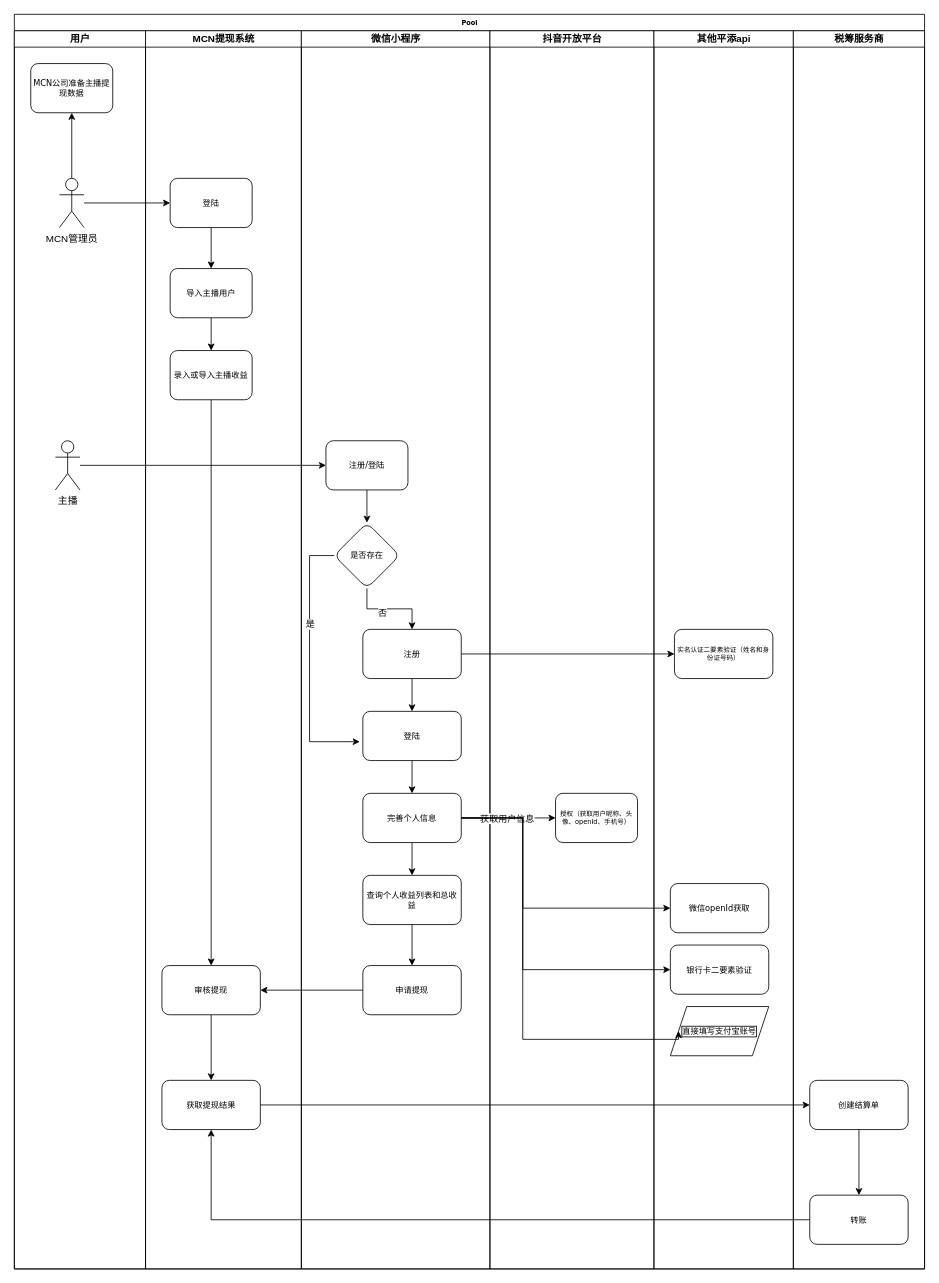
zhanglongxian-gm/Java keeps this draw.io diagram as MCN提现系统.drawio. Above is the earlier version. Source tidied: cells renumbered, new cells numbered last; positions are measured from the earlier drawing's top-left corner, leaving out a move shared by most shapes. Both pictures are drawn from the tidied source at 82%, with x=0, y=0 at pixel (14, 14).
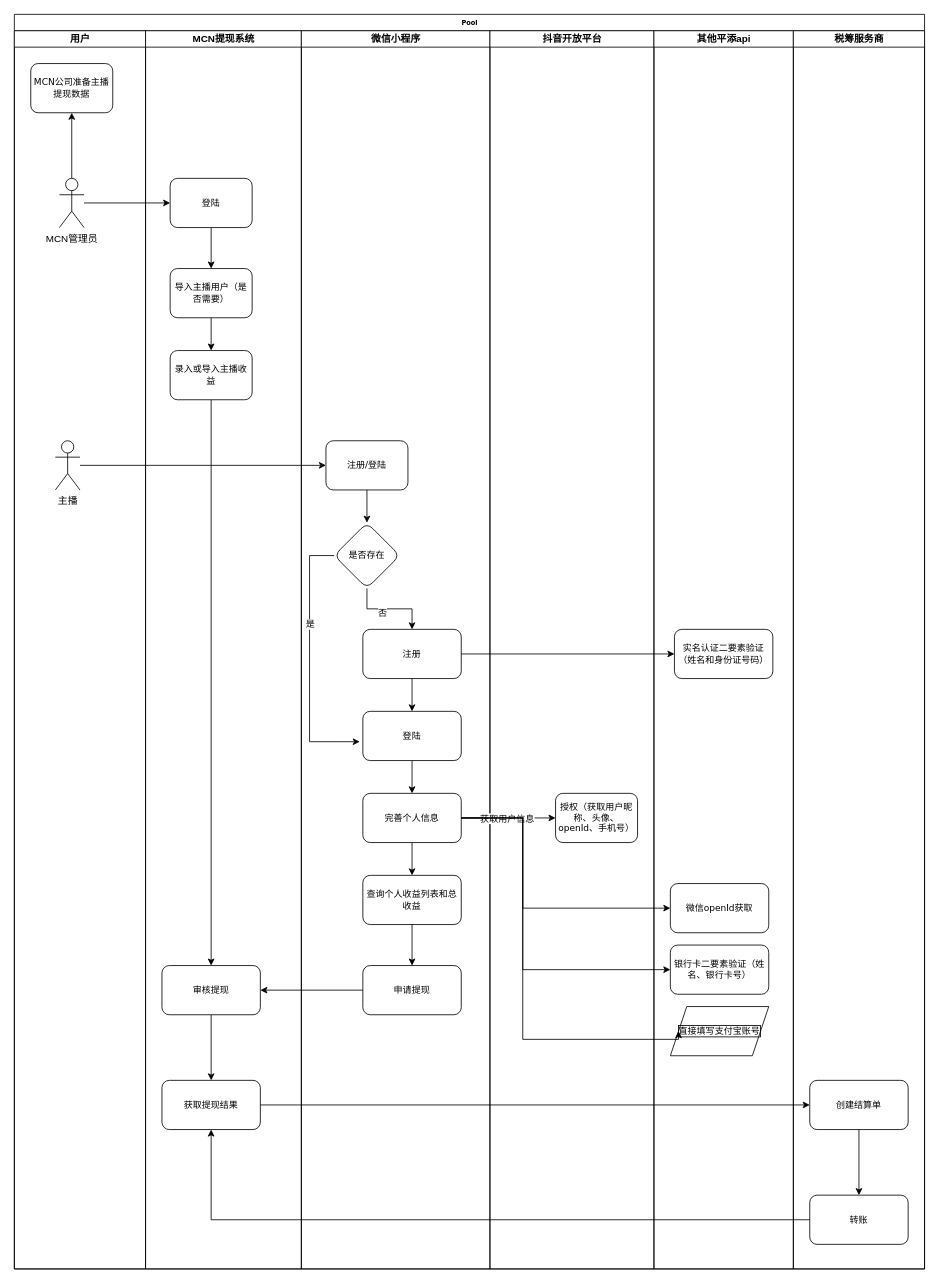
The same page after the edit.

Commit message:
更新MCN提现系统.drawio

Unchanged cells that the change refers to:
```xml
<mxCell id="3" value="用户" style="swimlane;html=1;startSize=20;" parent="2" vertex="1">
  <mxGeometry y="20" width="160" height="1510" as="geometry" />
</mxCell>
<mxCell id="8" value="MCN提现系统" style="swimlane;html=1;startSize=20;" parent="2" vertex="1">
  <mxGeometry x="160" y="20" width="190" height="1510" as="geometry" />
</mxCell>
<mxCell id="18" value="微信小程序" style="swimlane;html=1;startSize=20;" parent="2" vertex="1">
  <mxGeometry x="350" y="20" width="230" height="1510" as="geometry" />
</mxCell>
<mxCell id="35" value="抖音开放平台" style="swimlane;html=1;startSize=20;" parent="2" vertex="1">
  <mxGeometry x="580" y="20" width="200" height="1510" as="geometry" />
</mxCell>
<mxCell id="37" value="其他平添api" style="swimlane;html=1;startSize=20;" parent="2" vertex="1">
  <mxGeometry x="780" y="20" width="170" height="1510" as="geometry" />
</mxCell>
<mxCell id="45" value="税筹服务商" style="swimlane;html=1;startSize=20;" parent="2" vertex="1">
  <mxGeometry x="950" y="20" width="160" height="1510" as="geometry" />
</mxCell>
```

Diff of the diagram source:
```diff
@@
-    <mxCell id="4" value="MCN公司准备主播提现数据" style="rounded=1;whiteSpace=wrap;html=1;shadow=0;labelBackgroundColor=none;strokeWidth=1;fontFamily=Verdana;fontSize=10;align=center;" parent="3" vertex="1">
+    <mxCell id="4" value="MCN公司准备主播提现数据" style="rounded=1;whiteSpace=wrap;html=1;shadow=0;labelBackgroundColor=none;strokeWidth=1;fontFamily=Verdana;fontSize=11;align=center;" parent="3" vertex="1">
       <mxGeometry x="20" y="40" width="100" height="60" as="geometry" />
     </mxCell>
@@
-    <mxCell id="10" value="登陆" style="rounded=1;whiteSpace=wrap;html=1;shadow=0;labelBackgroundColor=none;strokeWidth=1;fontFamily=Verdana;fontSize=10;align=center;" parent="8" vertex="1">
+    <mxCell id="10" value="登陆" style="rounded=1;whiteSpace=wrap;html=1;shadow=0;labelBackgroundColor=none;strokeWidth=1;fontFamily=Verdana;fontSize=11;align=center;" parent="8" vertex="1">
       <mxGeometry x="30" y="180" width="100" height="60" as="geometry" />
     </mxCell>
@@
-    <mxCell id="12" value="导入主播用户" style="rounded=1;whiteSpace=wrap;html=1;shadow=0;labelBackgroundColor=none;strokeWidth=1;fontFamily=Verdana;fontSize=10;align=center;" parent="8" vertex="1">
+    <mxCell id="12" value="导入主播用户（是否需要）" style="rounded=1;whiteSpace=wrap;html=1;shadow=0;labelBackgroundColor=none;strokeWidth=1;fontFamily=Verdana;fontSize=11;align=center;" parent="8" vertex="1">
       <mxGeometry x="30" y="290" width="100" height="60" as="geometry" />
     </mxCell>
@@
-    <mxCell id="14" value="录入或导入主播收益" style="rounded=1;whiteSpace=wrap;html=1;shadow=0;labelBackgroundColor=none;strokeWidth=1;fontFamily=Verdana;fontSize=10;align=center;" parent="8" vertex="1">
+    <mxCell id="14" value="录入或导入主播收益" style="rounded=1;whiteSpace=wrap;html=1;shadow=0;labelBackgroundColor=none;strokeWidth=1;fontFamily=Verdana;fontSize=11;align=center;" parent="8" vertex="1">
       <mxGeometry x="30" y="390" width="100" height="60" as="geometry" />
     </mxCell>
@@
-    <mxCell id="16" value="审核提现" style="whiteSpace=wrap;html=1;fontSize=10;fontFamily=Verdana;rounded=1;shadow=0;labelBackgroundColor=none;strokeWidth=1;" parent="8" vertex="1">
+    <mxCell id="16" value="审核提现" style="whiteSpace=wrap;html=1;fontSize=11;fontFamily=Verdana;rounded=1;shadow=0;labelBackgroundColor=none;strokeWidth=1;" parent="8" vertex="1">
       <mxGeometry x="20" y="1140" width="120" height="60" as="geometry" />
     </mxCell>
-    <mxCell id="17" value="获取提现结果" style="whiteSpace=wrap;html=1;fontSize=10;fontFamily=Verdana;rounded=1;shadow=0;labelBackgroundColor=none;strokeWidth=1;" parent="8" vertex="1">
+    <mxCell id="17" value="获取提现结果" style="whiteSpace=wrap;html=1;fontSize=11;fontFamily=Verdana;rounded=1;shadow=0;labelBackgroundColor=none;strokeWidth=1;" parent="8" vertex="1">
       <mxGeometry x="20" y="1280" width="120" height="60" as="geometry" />
     </mxCell>
@@
-    <mxCell id="20" value="注册/登陆" style="rounded=1;whiteSpace=wrap;html=1;shadow=0;labelBackgroundColor=none;strokeWidth=1;fontFamily=Verdana;fontSize=10;align=center;" parent="18" vertex="1">
+    <mxCell id="20" value="注册/登陆" style="rounded=1;whiteSpace=wrap;html=1;shadow=0;labelBackgroundColor=none;strokeWidth=1;fontFamily=Verdana;fontSize=11;align=center;" parent="18" vertex="1">
       <mxGeometry x="30" y="500" width="100" height="60" as="geometry" />
     </mxCell>
@@
-    <mxCell id="23" value="是否存在" style="rhombus;whiteSpace=wrap;html=1;fontSize=10;fontFamily=Verdana;rounded=1;shadow=0;labelBackgroundColor=none;strokeWidth=1;" parent="18" vertex="1">
+    <mxCell id="23" value="是否存在" style="rhombus;whiteSpace=wrap;html=1;fontSize=11;fontFamily=Verdana;rounded=1;shadow=0;labelBackgroundColor=none;strokeWidth=1;" parent="18" vertex="1">
       <mxGeometry x="40" y="600" width="80" height="80" as="geometry" />
     </mxCell>
@@
-    <mxCell id="25" value="注册" style="whiteSpace=wrap;html=1;fontSize=10;fontFamily=Verdana;rounded=1;shadow=0;labelBackgroundColor=none;strokeWidth=1;" parent="18" vertex="1">
+    <mxCell id="25" value="注册" style="whiteSpace=wrap;html=1;fontSize=11;fontFamily=Verdana;rounded=1;shadow=0;labelBackgroundColor=none;strokeWidth=1;" parent="18" vertex="1">
       <mxGeometry x="75" y="730" width="120" height="60" as="geometry" />
     </mxCell>
@@
-    <mxCell id="27" value="登陆" style="whiteSpace=wrap;html=1;fontSize=10;fontFamily=Verdana;rounded=1;shadow=0;labelBackgroundColor=none;strokeWidth=1;" parent="18" vertex="1">
+    <mxCell id="27" value="登陆" style="whiteSpace=wrap;html=1;fontSize=11;fontFamily=Verdana;rounded=1;shadow=0;labelBackgroundColor=none;strokeWidth=1;" parent="18" vertex="1">
       <mxGeometry x="75" y="830" width="120" height="60" as="geometry" />
     </mxCell>
@@
-    <mxCell id="29" value="完善个人信息" style="whiteSpace=wrap;html=1;fontSize=10;fontFamily=Verdana;rounded=1;shadow=0;labelBackgroundColor=none;strokeWidth=1;" parent="18" vertex="1">
+    <mxCell id="29" value="完善个人信息" style="whiteSpace=wrap;html=1;fontSize=11;fontFamily=Verdana;rounded=1;shadow=0;labelBackgroundColor=none;strokeWidth=1;" parent="18" vertex="1">
       <mxGeometry x="75" y="930" width="120" height="60" as="geometry" />
     </mxCell>
@@
-    <mxCell id="31" value="查询个人收益列表和总收益" style="whiteSpace=wrap;html=1;fontSize=10;fontFamily=Verdana;rounded=1;shadow=0;labelBackgroundColor=none;strokeWidth=1;" parent="18" vertex="1">
+    <mxCell id="31" value="查询个人收益列表和总收益" style="whiteSpace=wrap;html=1;fontSize=11;fontFamily=Verdana;rounded=1;shadow=0;labelBackgroundColor=none;strokeWidth=1;" parent="18" vertex="1">
       <mxGeometry x="75" y="1030" width="120" height="60" as="geometry" />
     </mxCell>
-    <mxCell id="32" value="申请提现" style="whiteSpace=wrap;html=1;fontSize=10;fontFamily=Verdana;rounded=1;shadow=0;labelBackgroundColor=none;strokeWidth=1;" parent="18" vertex="1">
+    <mxCell id="32" value="申请提现" style="whiteSpace=wrap;html=1;fontSize=11;fontFamily=Verdana;rounded=1;shadow=0;labelBackgroundColor=none;strokeWidth=1;" parent="18" vertex="1">
       <mxGeometry x="75" y="1140" width="120" height="60" as="geometry" />
     </mxCell>
@@
-    <mxCell id="36" value="授权（获取用户昵称、头像、openId、手机号）" style="rounded=1;whiteSpace=wrap;html=1;shadow=0;labelBackgroundColor=none;strokeWidth=1;fontFamily=Verdana;fontSize=8;align=center;" parent="35" vertex="1">
+    <mxCell id="36" value="授权（获取用户昵称、头像、openId、手机号）" style="rounded=1;whiteSpace=wrap;html=1;shadow=0;labelBackgroundColor=none;strokeWidth=1;fontFamily=Verdana;fontSize=11;align=center;" parent="35" vertex="1">
       <mxGeometry x="80" y="930" width="100" height="60" as="geometry" />
     </mxCell>
@@
-    <mxCell id="38" value="实名认证二要素验证（姓名和身份证号码）" style="whiteSpace=wrap;html=1;fontSize=8;fontFamily=Verdana;rounded=1;shadow=0;labelBackgroundColor=none;strokeWidth=1;" parent="37" vertex="1">
+    <mxCell id="38" value="实名认证二要素验证（姓名和身份证号码）" style="whiteSpace=wrap;html=1;fontSize=11;fontFamily=Verdana;rounded=1;shadow=0;labelBackgroundColor=none;strokeWidth=1;" parent="37" vertex="1">
       <mxGeometry x="25" y="730" width="120" height="60" as="geometry" />
     </mxCell>
-    <mxCell id="39" value="微信openId获取" style="whiteSpace=wrap;html=1;fontSize=10;fontFamily=Verdana;rounded=1;shadow=0;labelBackgroundColor=none;strokeWidth=1;" parent="37" vertex="1">
+    <mxCell id="39" value="微信openId获取" style="whiteSpace=wrap;html=1;fontSize=11;fontFamily=Verdana;rounded=1;shadow=0;labelBackgroundColor=none;strokeWidth=1;" parent="37" vertex="1">
       <mxGeometry x="20" y="1040" width="120" height="60" as="geometry" />
     </mxCell>
-    <mxCell id="40" value="银行卡二要素验证" style="whiteSpace=wrap;html=1;fontSize=10;fontFamily=Verdana;rounded=1;shadow=0;labelBackgroundColor=none;strokeWidth=1;" parent="37" vertex="1">
+    <mxCell id="40" value="银行卡二要素验证（姓名、银行卡号）" style="whiteSpace=wrap;html=1;fontSize=11;fontFamily=Verdana;rounded=1;shadow=0;labelBackgroundColor=none;strokeWidth=1;" parent="37" vertex="1">
       <mxGeometry x="20" y="1115" width="120" height="60" as="geometry" />
     </mxCell>
-    <mxCell id="41" value="直接填写支付宝账号" style="shape=parallelogram;perimeter=parallelogramPerimeter;whiteSpace=wrap;html=1;fixedSize=1;labelBorderColor=default;fontSize=10;" parent="37" vertex="1">
+    <mxCell id="41" value="直接填写支付宝账号" style="shape=parallelogram;perimeter=parallelogramPerimeter;whiteSpace=wrap;html=1;fixedSize=1;labelBorderColor=default;fontSize=11;" parent="37" vertex="1">
       <mxGeometry x="20" y="1190" width="120" height="60" as="geometry" />
     </mxCell>
@@
-    <mxCell id="47" value="创建结算单" style="whiteSpace=wrap;html=1;fontSize=10;fontFamily=Verdana;rounded=1;shadow=0;labelBackgroundColor=none;strokeWidth=1;" parent="45" vertex="1">
+    <mxCell id="47" value="创建结算单" style="whiteSpace=wrap;html=1;fontSize=11;fontFamily=Verdana;rounded=1;shadow=0;labelBackgroundColor=none;strokeWidth=1;" parent="45" vertex="1">
       <mxGeometry x="20" y="1280" width="120" height="60" as="geometry" />
     </mxCell>
-    <mxCell id="48" value="转账" style="whiteSpace=wrap;html=1;fontSize=10;fontFamily=Verdana;rounded=1;shadow=0;labelBackgroundColor=none;strokeWidth=1;" parent="45" vertex="1">
+    <mxCell id="48" value="转账" style="whiteSpace=wrap;html=1;fontSize=11;fontFamily=Verdana;rounded=1;shadow=0;labelBackgroundColor=none;strokeWidth=1;" parent="45" vertex="1">
       <mxGeometry x="20" y="1420" width="120" height="60" as="geometry" />
     </mxCell>
```
